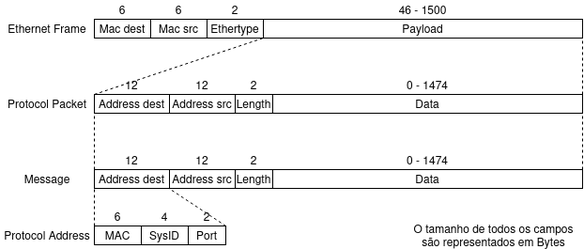
Above: doc/frames.png in Vitor-Calegari/sistemas-operacionais-II (draw.io), before the change. Source tidied: cells renumbered, new cells last; positions are measured from the earlier drawing's top-left corner, leaving out a move shared by most shapes.
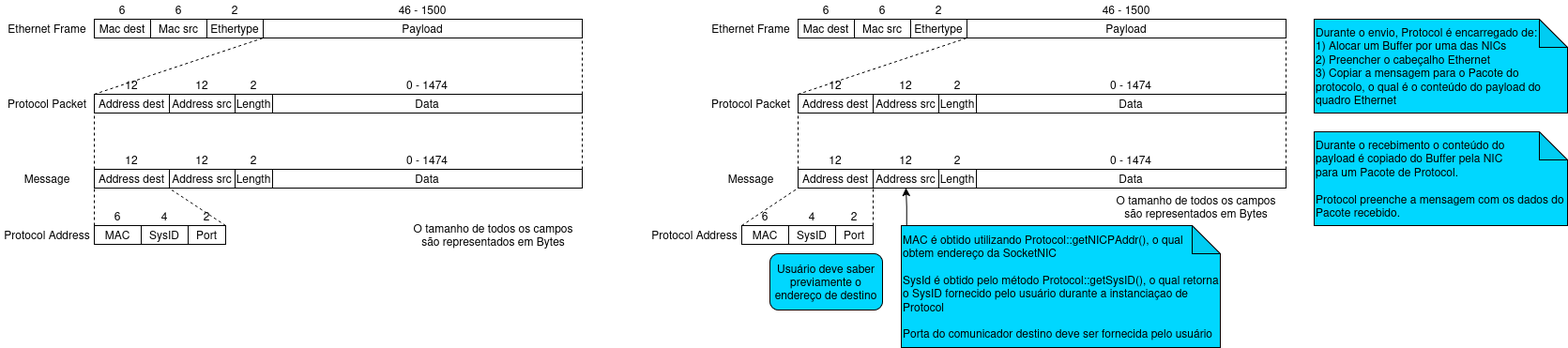
After the change.

Commit message:
Concerta erros de segmentaçao por conta da alocaçao do buffer nao tratada

Change to the diagram source:
```diff
@@ -137,5 +137,153 @@
     <mxCell id="42" value="O tamanho de todos os campos são representados em Bytes" style="text;html=1;align=center;verticalAlign=middle;whiteSpace=wrap;rounded=0;" parent="1" vertex="1">
       <mxGeometry x="430" y="240" width="191" height="20" as="geometry" />
     </mxCell>
+    <mxCell id="43" value="Mac dest" style="rounded=0;whiteSpace=wrap;html=1;" parent="1" vertex="1">
+      <mxGeometry x="850" y="20" width="60" height="20" as="geometry" />
+    </mxCell>
+    <mxCell id="44" value="Mac src" style="rounded=0;whiteSpace=wrap;html=1;" parent="1" vertex="1">
+      <mxGeometry x="910" y="20" width="60" height="20" as="geometry" />
+    </mxCell>
+    <mxCell id="45" value="Ethertype" style="rounded=0;whiteSpace=wrap;html=1;" parent="1" vertex="1">
+      <mxGeometry x="970" y="20" width="60" height="20" as="geometry" />
+    </mxCell>
+    <mxCell id="46" value="Payload" style="rounded=0;whiteSpace=wrap;html=1;" parent="1" vertex="1">
+      <mxGeometry x="1030" y="20" width="340" height="20" as="geometry" />
+    </mxCell>
+    <mxCell id="47" value="Ethernet Frame" style="text;html=1;align=center;verticalAlign=middle;whiteSpace=wrap;rounded=0;" parent="1" vertex="1">
+      <mxGeometry x="750" y="20" width="100" height="20" as="geometry" />
+    </mxCell>
+    <mxCell id="48" value="Protocol Packet" style="text;html=1;align=center;verticalAlign=middle;whiteSpace=wrap;rounded=0;" parent="1" vertex="1">
+      <mxGeometry x="750" y="100" width="100" height="20" as="geometry" />
+    </mxCell>
+    <mxCell id="49" value="Message" style="text;html=1;align=center;verticalAlign=middle;whiteSpace=wrap;rounded=0;" parent="1" vertex="1">
+      <mxGeometry x="750" y="180" width="100" height="20" as="geometry" />
+    </mxCell>
+    <mxCell id="50" style="endArrow=none;dashed=1;html=1;rounded=0;entryX=1;entryY=1;entryDx=0;entryDy=0;exitX=1;exitY=0;exitDx=0;exitDy=0;" parent="1" edge="1">
+      <mxGeometry relative="1" as="geometry">
+        <mxPoint x="1370" y="180" as="sourcePoint" />
+        <mxPoint x="1370" y="120" as="targetPoint" />
+      </mxGeometry>
+    </mxCell>
+    <mxCell id="51" style="endArrow=none;dashed=1;html=1;rounded=0;entryX=0;entryY=1;entryDx=0;entryDy=0;exitX=0;exitY=0;exitDx=0;exitDy=0;" parent="1" edge="1">
+      <mxGeometry relative="1" as="geometry">
+        <mxPoint x="850" y="180" as="sourcePoint" />
+        <mxPoint x="850" y="120" as="targetPoint" />
+      </mxGeometry>
+    </mxCell>
+    <mxCell id="52" style="endArrow=none;dashed=1;html=1;rounded=0;exitX=0;exitY=0;exitDx=0;exitDy=0;entryX=0;entryY=1;entryDx=0;entryDy=0;" parent="1" edge="1" target="46">
+      <mxGeometry relative="1" as="geometry">
+        <mxPoint x="850" y="100" as="sourcePoint" />
+      </mxGeometry>
+    </mxCell>
+    <mxCell id="53" style="endArrow=none;dashed=1;html=1;rounded=0;exitX=1;exitY=0;exitDx=0;exitDy=0;entryX=1;entryY=1;entryDx=0;entryDy=0;" parent="1" edge="1" target="46">
+      <mxGeometry relative="1" as="geometry">
+        <mxPoint x="1370" y="100" as="sourcePoint" />
+      </mxGeometry>
+    </mxCell>
+    <mxCell id="54" value="6" style="text;html=1;align=center;verticalAlign=middle;whiteSpace=wrap;rounded=0;" parent="1" vertex="1">
+      <mxGeometry x="870" width="20" height="20" as="geometry" />
+    </mxCell>
+    <mxCell id="55" value="6" style="text;html=1;align=center;verticalAlign=middle;whiteSpace=wrap;rounded=0;" parent="1" vertex="1">
+      <mxGeometry x="930" width="20" height="20" as="geometry" />
+    </mxCell>
+    <mxCell id="56" value="2" style="text;html=1;align=center;verticalAlign=middle;whiteSpace=wrap;rounded=0;" parent="1" vertex="1">
+      <mxGeometry x="990" width="20" height="20" as="geometry" />
+    </mxCell>
+    <mxCell id="57" value="46 - 1500" style="text;html=1;align=center;verticalAlign=middle;whiteSpace=wrap;rounded=0;" parent="1" vertex="1">
+      <mxGeometry x="1165" width="70" height="20" as="geometry" />
+    </mxCell>
+    <mxCell id="58" value="Address dest" style="rounded=0;whiteSpace=wrap;html=1;" parent="1" vertex="1">
+      <mxGeometry x="850" y="100" width="80" height="20" as="geometry" />
+    </mxCell>
+    <mxCell id="59" value="Length" style="rounded=0;whiteSpace=wrap;html=1;" parent="1" vertex="1">
+      <mxGeometry x="1000" y="100" width="40" height="20" as="geometry" />
+    </mxCell>
+    <mxCell id="60" value="Data" style="rounded=0;whiteSpace=wrap;html=1;" parent="1" vertex="1">
+      <mxGeometry x="1040" y="100" width="330" height="20" as="geometry" />
+    </mxCell>
+    <mxCell id="61" value="12" style="text;html=1;align=center;verticalAlign=middle;whiteSpace=wrap;rounded=0;" parent="1" vertex="1">
+      <mxGeometry x="850" y="80" width="80" height="20" as="geometry" />
+    </mxCell>
+    <mxCell id="62" value="12" style="text;html=1;align=center;verticalAlign=middle;whiteSpace=wrap;rounded=0;" parent="1" vertex="1">
+      <mxGeometry x="930" y="80" width="70" height="20" as="geometry" />
+    </mxCell>
+    <mxCell id="63" value="0 - 1474" style="text;html=1;align=center;verticalAlign=middle;whiteSpace=wrap;rounded=0;" parent="1" vertex="1">
+      <mxGeometry x="1040" y="80" width="330" height="20" as="geometry" />
+    </mxCell>
+    <mxCell id="64" value="Address src" style="rounded=0;whiteSpace=wrap;html=1;" parent="1" vertex="1">
+      <mxGeometry x="930" y="100" width="70" height="20" as="geometry" />
+    </mxCell>
+    <mxCell id="65" value="2" style="text;html=1;align=center;verticalAlign=middle;whiteSpace=wrap;rounded=0;" parent="1" vertex="1">
+      <mxGeometry x="1000" y="80" width="40" height="20" as="geometry" />
+    </mxCell>
+    <mxCell id="66" value="Address dest" style="rounded=0;whiteSpace=wrap;html=1;" parent="1" vertex="1">
+      <mxGeometry x="850" y="180" width="80" height="20" as="geometry" />
+    </mxCell>
+    <mxCell id="67" value="Length" style="rounded=0;whiteSpace=wrap;html=1;" parent="1" vertex="1">
+      <mxGeometry x="1000" y="180" width="40" height="20" as="geometry" />
+    </mxCell>
+    <mxCell id="68" value="Data" style="rounded=0;whiteSpace=wrap;html=1;" parent="1" vertex="1">
+      <mxGeometry x="1040" y="180" width="330" height="20" as="geometry" />
+    </mxCell>
+    <mxCell id="69" value="12" style="text;html=1;align=center;verticalAlign=middle;whiteSpace=wrap;rounded=0;" parent="1" vertex="1">
+      <mxGeometry x="850" y="160" width="80" height="20" as="geometry" />
+    </mxCell>
+    <mxCell id="70" value="12" style="text;html=1;align=center;verticalAlign=middle;whiteSpace=wrap;rounded=0;" parent="1" vertex="1">
+      <mxGeometry x="930" y="160" width="70" height="20" as="geometry" />
+    </mxCell>
+    <mxCell id="71" value="0 - 1474" style="text;html=1;align=center;verticalAlign=middle;whiteSpace=wrap;rounded=0;" parent="1" vertex="1">
+      <mxGeometry x="1040" y="160" width="330" height="20" as="geometry" />
+    </mxCell>
+    <mxCell id="72" value="Address src" style="rounded=0;whiteSpace=wrap;html=1;" parent="1" vertex="1">
+      <mxGeometry x="930" y="180" width="70" height="20" as="geometry" />
+    </mxCell>
+    <mxCell id="73" value="2" style="text;html=1;align=center;verticalAlign=middle;whiteSpace=wrap;rounded=0;" parent="1" vertex="1">
+      <mxGeometry x="1000" y="160" width="40" height="20" as="geometry" />
+    </mxCell>
+    <mxCell id="74" value="O tamanho de todos os campos são representados em Bytes" style="text;html=1;align=center;verticalAlign=middle;whiteSpace=wrap;rounded=0;" parent="1" vertex="1">
+      <mxGeometry x="1179" y="210" width="191" height="20" as="geometry" />
+    </mxCell>
+    <mxCell id="75" value="Usuário deve saber previamente o endereço de destino" style="rounded=1;whiteSpace=wrap;html=1;fillColor=#00D7FF;" parent="1" vertex="1">
+      <mxGeometry x="820" y="270" width="120" height="60" as="geometry" />
+    </mxCell>
+    <mxCell id="76" style="edgeStyle=orthogonalEdgeStyle;rounded=0;jettySize=auto;html=1;exitX=0.017;exitY=0.002;exitDx=0;exitDy=0;exitPerimeter=0;" parent="1" edge="1" source="77" target="72">
+      <mxGeometry relative="1" as="geometry" />
+    </mxCell>
+    <mxCell id="77" value="&lt;div align=&quot;left&quot;&gt;MAC é obtido utilizando Protocol::getNICPAddr(), o qual&amp;nbsp; obtem endereço da SocketNIC&lt;/div&gt;&lt;div align=&quot;left&quot;&gt;&lt;br&gt;&lt;/div&gt;&lt;div align=&quot;left&quot;&gt;SysId é obtido pelo método Protocol::getSysID(), o qual retorna o SysID fornecido pelo usuário durante a instanciaçao de Protocol&lt;/div&gt;&lt;div&gt;&lt;br&gt;&lt;/div&gt;&lt;div&gt;Porta do comunicador destino deve ser fornecida pelo usuário&lt;/div&gt;" style="shape=note;whiteSpace=wrap;html=1;backgroundOutline=1;darkOpacity=0.05;align=left;fillColor=#00D7FF;" parent="1" vertex="1">
+      <mxGeometry x="960" y="240" width="340" height="130" as="geometry" />
+    </mxCell>
+    <mxCell id="78" value="&lt;div align=&quot;left&quot;&gt;Durante o envio, Protocol é encarregado de:&lt;br&gt;1) Alocar um Buffer por uma das NICs&lt;/div&gt;&lt;div align=&quot;left&quot;&gt;2) Preencher o cabeçalho Ethernet&lt;/div&gt;&lt;div align=&quot;left&quot;&gt;3) Copiar a mensagem para o Pacote do protocolo, o qual é o conteúdo do payload do quadro Ethernet&lt;/div&gt;" style="shape=note;whiteSpace=wrap;html=1;backgroundOutline=1;darkOpacity=0.05;align=left;fillColor=#00D7FF;" parent="1" vertex="1">
+      <mxGeometry x="1400" y="20" width="270" height="100" as="geometry" />
+    </mxCell>
+    <mxCell id="79" value="&lt;div&gt;Durante o recebimento o conteúdo do&lt;/div&gt;&lt;div&gt;payload é copiado do Buffer pela NIC&lt;/div&gt;&lt;div&gt;para um Pacote de Protocol.&lt;/div&gt;&lt;div&gt;&lt;br&gt;&lt;/div&gt;&lt;div&gt;Protocol preenche a mensagem com os dados do Pacote recebido.&lt;/div&gt;" style="shape=note;whiteSpace=wrap;html=1;backgroundOutline=1;darkOpacity=0.05;align=left;fillColor=#00D7FF;" parent="1" vertex="1">
+      <mxGeometry x="1400" y="140" width="270" height="100" as="geometry" />
+    </mxCell>
+    <mxCell id="80" value="Protocol Address" style="text;html=1;align=center;verticalAlign=middle;whiteSpace=wrap;rounded=0;" parent="1" vertex="1">
+      <mxGeometry x="690" y="240" width="100" height="20" as="geometry" />
+    </mxCell>
+    <mxCell id="81" style="endArrow=none;dashed=1;html=1;rounded=0;entryX=1;entryY=1;entryDx=0;entryDy=0;exitX=0;exitY=1;exitDx=0;exitDy=0;" parent="1" edge="1" source="85" target="49">
+      <mxGeometry relative="1" as="geometry" />
+    </mxCell>
+    <mxCell id="82" value="MAC" style="rounded=0;whiteSpace=wrap;html=1;" parent="1" vertex="1">
+      <mxGeometry x="790" y="240" width="50" height="20" as="geometry" />
+    </mxCell>
+    <mxCell id="83" value="SysID" style="rounded=0;whiteSpace=wrap;html=1;" parent="1" vertex="1">
+      <mxGeometry x="840" y="240" width="50" height="20" as="geometry" />
+    </mxCell>
+    <mxCell id="84" value="Port" style="rounded=0;whiteSpace=wrap;html=1;" parent="1" vertex="1">
+      <mxGeometry x="890" y="240" width="40" height="20" as="geometry" />
+    </mxCell>
+    <mxCell id="85" value="6" style="text;html=1;align=center;verticalAlign=middle;whiteSpace=wrap;rounded=0;" parent="1" vertex="1">
+      <mxGeometry x="790" y="220" width="50" height="20" as="geometry" />
+    </mxCell>
+    <mxCell id="86" value="4" style="text;html=1;align=center;verticalAlign=middle;whiteSpace=wrap;rounded=0;" parent="1" vertex="1">
+      <mxGeometry x="840" y="220" width="50" height="20" as="geometry" />
+    </mxCell>
+    <mxCell id="87" value="2" style="text;html=1;align=center;verticalAlign=middle;whiteSpace=wrap;rounded=0;" parent="1" vertex="1">
+      <mxGeometry x="890" y="220" width="40" height="20" as="geometry" />
+    </mxCell>
+    <mxCell id="88" style="endArrow=none;dashed=1;html=1;rounded=0;entryX=1;entryY=1;entryDx=0;entryDy=0;exitX=1;exitY=1;exitDx=0;exitDy=0;" parent="1" edge="1" source="87" target="66">
+      <mxGeometry relative="1" as="geometry" />
+    </mxCell>
   </root>
 </mxGraphModel>
```
